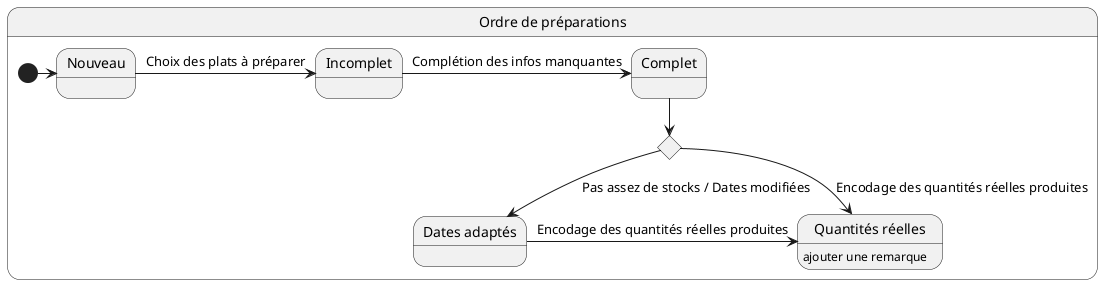
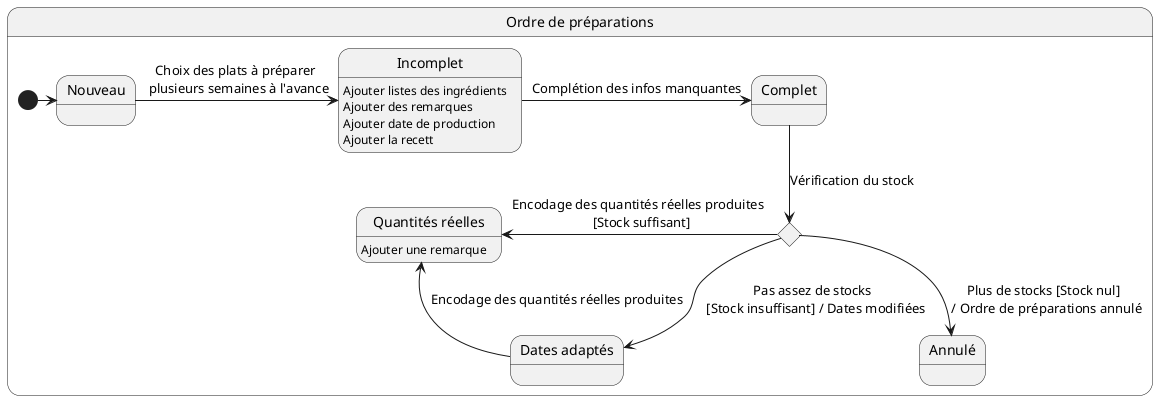
@startuml

state "Ordre de préparations" as carteOrdre {
    state "Nouveau" as carteNew
    state "Incomplet" as carteNotFull
+         carteNotFull : Ajouter listes des ingrédients
+         carteNotFull : Ajouter des remarques
+         carteNotFull : Ajouter date de production
+         carteNotFull : Ajouter la recett
    state "Complet" as carteFull
    state "Dates adaptés" as carteDates
-     state "Quantités réelles" as carteQuant : ajouter une remarque
+     state "Annulé" as carteNull
+     state "Quantités réelles" as carteQuant : Ajouter une remarque

    state cAdaptation <<choice>>

    [*] -> carteNew

-     carteNew -> carteNotFull : Choix des plats à préparer
+     carteNew -> carteNotFull : Choix des plats à préparer \n plusieurs semaines à l'avance

    carteNotFull -> carteFull : Complétion des infos manquantes

-     carteFull --> cAdaptation
+     carteFull --> cAdaptation : Vérification du stock

-     cAdaptation --> carteDates : Pas assez de stocks / Dates modifiées
-     cAdaptation --> carteQuant : Encodage des quantités réelles produites
+     cAdaptation --> carteDates : Pas assez de stocks \n [Stock insuffisant] / Dates modifiées
+     cAdaptation -left-> carteQuant : Encodage des quantités réelles produites \n [Stock suffisant]
+     cAdaptation --> carteNull : Plus de stocks [Stock nul] \n / Ordre de préparations annulé

    carteDates -> carteQuant : Encodage des quantités réelles produites

}

@enduml
